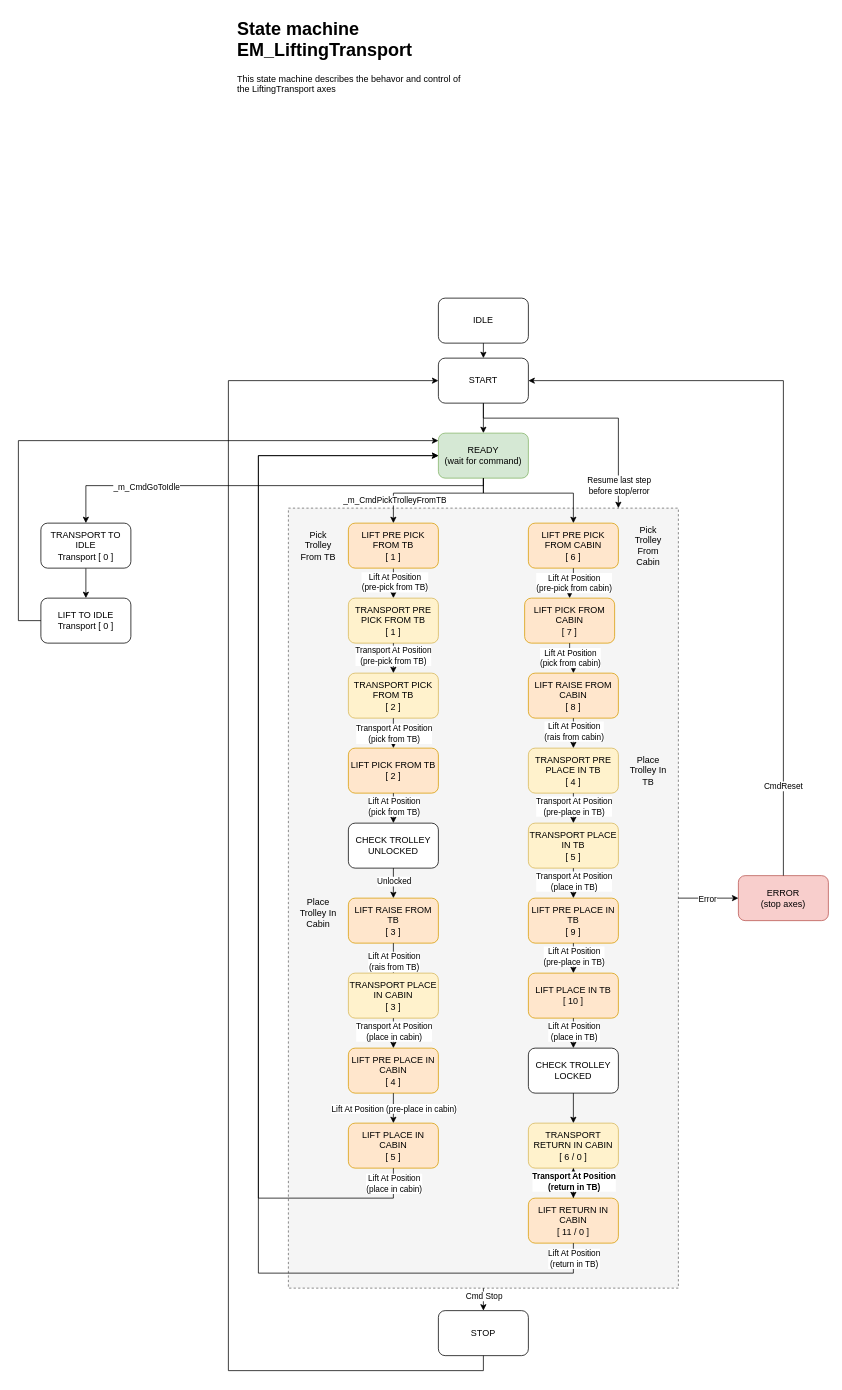
Above: page "EM_LiftingTransport" (8 of 10) of Documentation/StateMachine and Sequence Diagrams.drawio in KMWE/KMWE_CleanroomConnect (draw.io), before the change. Source tidied: cells renumbered, new cells numbered last; positions are measured from the earlier drawing's top-left corner, leaving out a move shared by most shapes. Both pictures are drawn from the tidied source at 75%, with x=0, y=0 at pixel (18, 13).
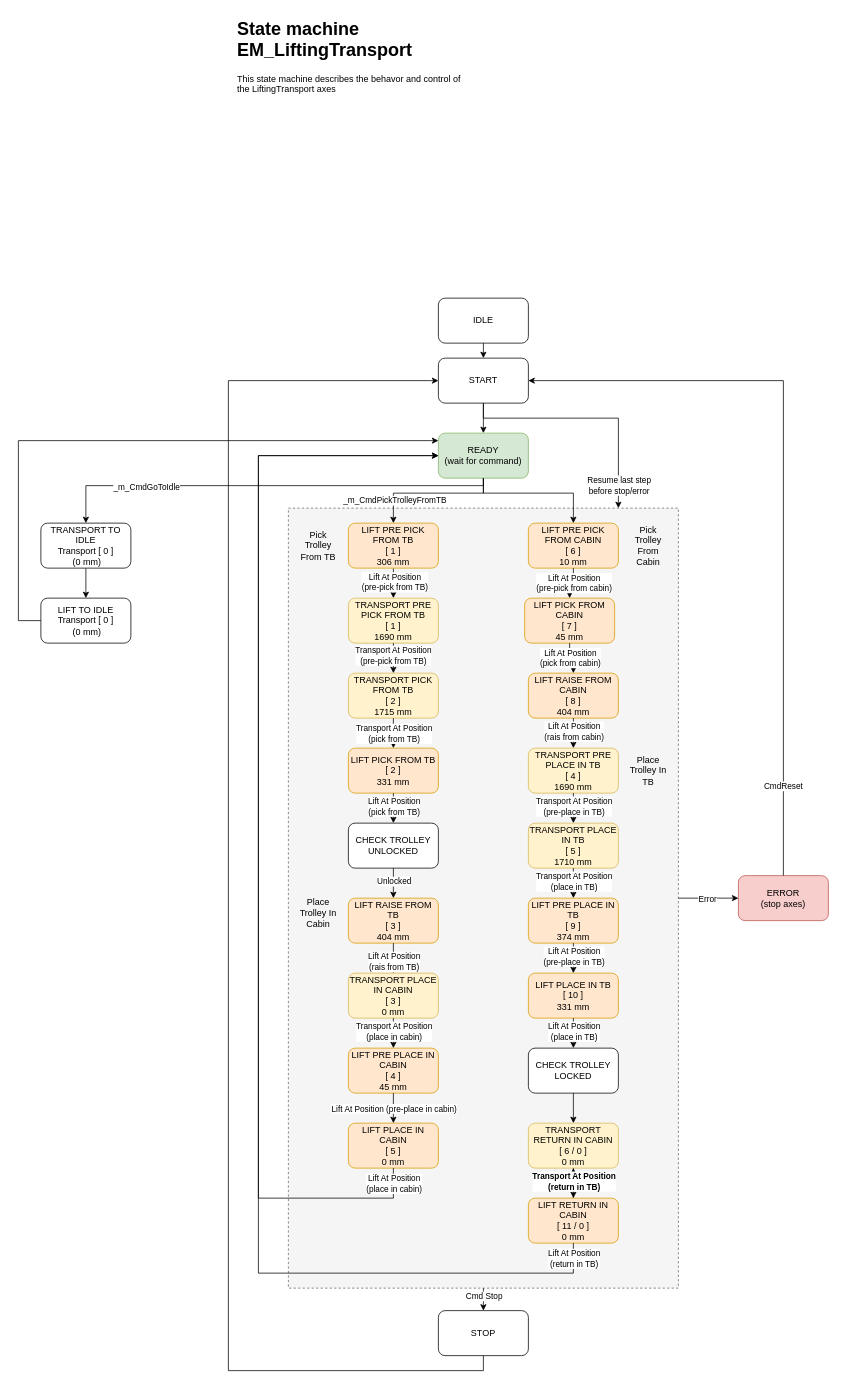
The same page after the edit.

Commit message (it also covers changes not shown here):
PLC optimized code usage for Lifting Transport sequence and activate basic interlocks

Diff of the diagram source:
```diff
@@
-    <mxCell id="14" value="TRANSPORT TO IDLE&lt;div&gt;&lt;span style=&quot;background-color: initial;&quot;&gt;Transport [ 0 ]&lt;/span&gt;&lt;br&gt;&lt;/div&gt;" style="rounded=1;whiteSpace=wrap;html=1;" parent="1" vertex="1">
+    <mxCell id="14" value="TRANSPORT TO IDLE&lt;div&gt;&lt;span style=&quot;background-color: initial;&quot;&gt;Transport [ 0 ]&lt;/span&gt;&lt;br&gt;&lt;/div&gt;&lt;div&gt;&amp;nbsp;(0 mm)&lt;span style=&quot;background-color: initial;&quot;&gt;&lt;/span&gt;&lt;/div&gt;" style="rounded=1;whiteSpace=wrap;html=1;" parent="1" vertex="1">
       <mxGeometry x="30" y="680" width="120" height="60" as="geometry" />
     </mxCell>
@@
-    <mxCell id="17" value="LIFT PRE PICK FROM TB&lt;div&gt;[ 1 ]&lt;/div&gt;" style="rounded=1;whiteSpace=wrap;html=1;fillColor=#ffe6cc;strokeColor=#d79b00;" parent="1" vertex="1">
+    <mxCell id="17" value="LIFT PRE PICK FROM TB&lt;div&gt;[ 1 ]&lt;/div&gt;&lt;div&gt;306 mm&lt;/div&gt;" style="rounded=1;whiteSpace=wrap;html=1;fillColor=#ffe6cc;strokeColor=#d79b00;" parent="1" vertex="1">
       <mxGeometry x="440" y="680" width="120" height="60" as="geometry" />
     </mxCell>
-    <mxCell id="18" value="TRANSPORT PRE PICK FROM TB&lt;div&gt;[ 1 ]&lt;/div&gt;" style="rounded=1;whiteSpace=wrap;html=1;fillColor=#fff2cc;strokeColor=#d6b656;" parent="1" vertex="1">
+    <mxCell id="18" value="TRANSPORT PRE PICK FROM TB&lt;div&gt;[ 1 ]&lt;/div&gt;&lt;div&gt;1690 mm&lt;/div&gt;" style="rounded=1;whiteSpace=wrap;html=1;fillColor=#fff2cc;strokeColor=#d6b656;" parent="1" vertex="1">
       <mxGeometry x="440" y="780" width="120" height="60" as="geometry" />
     </mxCell>
-    <mxCell id="19" value="TRANSPORT PICK FROM&amp;nbsp;&lt;span style=&quot;background-color: initial;&quot;&gt;TB&lt;/span&gt;&lt;div&gt;&lt;span style=&quot;background-color: initial;&quot;&gt;[ 2 ]&lt;/span&gt;&lt;/div&gt;" style="rounded=1;whiteSpace=wrap;html=1;fillColor=#fff2cc;strokeColor=#d6b656;" parent="1" vertex="1">
+    <mxCell id="19" value="TRANSPORT PICK FROM&amp;nbsp;&lt;span style=&quot;background-color: initial;&quot;&gt;TB&lt;/span&gt;&lt;div&gt;&lt;span style=&quot;background-color: initial;&quot;&gt;[ 2 ]&lt;/span&gt;&lt;/div&gt;&lt;div&gt;&lt;span style=&quot;background-color: initial;&quot;&gt;1715 mm&lt;/span&gt;&lt;/div&gt;" style="rounded=1;whiteSpace=wrap;html=1;fillColor=#fff2cc;strokeColor=#d6b656;" parent="1" vertex="1">
       <mxGeometry x="440" y="880" width="120" height="60" as="geometry" />
     </mxCell>
-    <mxCell id="20" value="LIFT PICK FROM TB&lt;div&gt;[ 2 ]&lt;/div&gt;" style="rounded=1;whiteSpace=wrap;html=1;fillColor=#ffe6cc;strokeColor=#d79b00;" parent="1" vertex="1">
+    <mxCell id="20" value="LIFT PICK FROM TB&lt;div&gt;[ 2 ]&lt;br&gt;331 mm&lt;/div&gt;" style="rounded=1;whiteSpace=wrap;html=1;fillColor=#ffe6cc;strokeColor=#d79b00;" parent="1" vertex="1">
       <mxGeometry x="440" y="980" width="120" height="60" as="geometry" />
     </mxCell>
-    <mxCell id="21" value="LIFT RAISE FROM TB&lt;div&gt;[ 3 ]&lt;/div&gt;" style="rounded=1;whiteSpace=wrap;html=1;fillColor=#ffe6cc;strokeColor=#d79b00;" parent="1" vertex="1">
+    <mxCell id="21" value="LIFT RAISE FROM TB&lt;div&gt;[ 3 ]&lt;br&gt;404 mm&lt;/div&gt;" style="rounded=1;whiteSpace=wrap;html=1;fillColor=#ffe6cc;strokeColor=#d79b00;" parent="1" vertex="1">
       <mxGeometry x="440" y="1180" width="120" height="60" as="geometry" />
     </mxCell>
-    <mxCell id="22" value="TRANSPORT PLACE IN&amp;nbsp;&lt;span style=&quot;background-color: initial;&quot;&gt;CABIN&lt;/span&gt;&lt;div&gt;&lt;span style=&quot;background-color: initial;&quot;&gt;[ 3 ]&lt;/span&gt;&lt;/div&gt;" style="rounded=1;whiteSpace=wrap;html=1;fillColor=#fff2cc;strokeColor=#d6b656;" parent="1" vertex="1">
+    <mxCell id="22" value="TRANSPORT PLACE IN&amp;nbsp;&lt;span style=&quot;background-color: initial;&quot;&gt;CABIN&lt;/span&gt;&lt;div&gt;&lt;span style=&quot;background-color: initial;&quot;&gt;[ 3 ]&lt;/span&gt;&lt;/div&gt;&lt;div&gt;&lt;span style=&quot;background-color: initial;&quot;&gt;0 mm&lt;/span&gt;&lt;/div&gt;" style="rounded=1;whiteSpace=wrap;html=1;fillColor=#fff2cc;strokeColor=#d6b656;" parent="1" vertex="1">
       <mxGeometry x="440" y="1280" width="120" height="60" as="geometry" />
     </mxCell>
-    <mxCell id="23" value="LIFT PRE PLACE IN CABIN&lt;div&gt;[ 4 ]&lt;/div&gt;" style="rounded=1;whiteSpace=wrap;html=1;fillColor=#ffe6cc;strokeColor=#d79b00;" parent="1" vertex="1">
+    <mxCell id="23" value="LIFT PRE PLACE IN CABIN&lt;div&gt;[ 4 ]&lt;br&gt;45 mm&lt;/div&gt;" style="rounded=1;whiteSpace=wrap;html=1;fillColor=#ffe6cc;strokeColor=#d79b00;" parent="1" vertex="1">
       <mxGeometry x="440" y="1380" width="120" height="60" as="geometry" />
     </mxCell>
-    <mxCell id="24" value="LIFT PLACE IN CABIN&lt;div&gt;[ 5 ]&lt;/div&gt;" style="rounded=1;whiteSpace=wrap;html=1;fillColor=#ffe6cc;strokeColor=#d79b00;" parent="1" vertex="1">
+    <mxCell id="24" value="LIFT PLACE IN CABIN&lt;div&gt;[ 5 ]&lt;br&gt;0 mm&lt;/div&gt;" style="rounded=1;whiteSpace=wrap;html=1;fillColor=#ffe6cc;strokeColor=#d79b00;" parent="1" vertex="1">
       <mxGeometry x="440" y="1480" width="120" height="60" as="geometry" />
     </mxCell>
-    <mxCell id="25" value="LIFT PRE PICK FROM CABIN&lt;div&gt;[ 6 ]&lt;/div&gt;" style="rounded=1;whiteSpace=wrap;html=1;fillColor=#ffe6cc;strokeColor=#d79b00;" parent="1" vertex="1">
+    <mxCell id="25" value="LIFT PRE PICK FROM CABIN&lt;div&gt;[ 6 ]&lt;br&gt;10 mm&lt;/div&gt;" style="rounded=1;whiteSpace=wrap;html=1;fillColor=#ffe6cc;strokeColor=#d79b00;" parent="1" vertex="1">
       <mxGeometry x="680" y="680" width="120" height="60" as="geometry" />
     </mxCell>
-    <mxCell id="26" value="LIFT PICK FROM CABIN&lt;div&gt;[ 7 ]&lt;/div&gt;" style="rounded=1;whiteSpace=wrap;html=1;fillColor=#ffe6cc;strokeColor=#d79b00;" parent="1" vertex="1">
+    <mxCell id="26" value="LIFT PICK FROM CABIN&lt;div&gt;[ 7 ]&lt;br&gt;45 mm&lt;/div&gt;" style="rounded=1;whiteSpace=wrap;html=1;fillColor=#ffe6cc;strokeColor=#d79b00;" parent="1" vertex="1">
       <mxGeometry x="675" y="780" width="120" height="60" as="geometry" />
     </mxCell>
-    <mxCell id="27" value="LIFT RAISE&amp;nbsp;&lt;span style=&quot;background-color: initial;&quot;&gt;FROM CABIN&lt;/span&gt;&lt;div&gt;&lt;span style=&quot;background-color: initial;&quot;&gt;[ 8 ]&lt;/span&gt;&lt;/div&gt;" style="rounded=1;whiteSpace=wrap;html=1;fillColor=#ffe6cc;strokeColor=#d79b00;" parent="1" vertex="1">
+    <mxCell id="27" value="LIFT RAISE&amp;nbsp;&lt;span style=&quot;background-color: initial;&quot;&gt;FROM CABIN&lt;/span&gt;&lt;div&gt;&lt;span style=&quot;background-color: initial;&quot;&gt;[ 8 ]&lt;br&gt;404 mm&lt;/span&gt;&lt;/div&gt;" style="rounded=1;whiteSpace=wrap;html=1;fillColor=#ffe6cc;strokeColor=#d79b00;" parent="1" vertex="1">
       <mxGeometry x="680" y="880" width="120" height="60" as="geometry" />
     </mxCell>
-    <mxCell id="28" value="TRANSPORT PRE PLACE&lt;span style=&quot;background-color: initial;&quot;&gt;&amp;nbsp;IN TB&lt;/span&gt;&lt;div&gt;&lt;span style=&quot;background-color: initial;&quot;&gt;[ 4 ]&lt;/span&gt;&lt;/div&gt;" style="rounded=1;whiteSpace=wrap;html=1;fillColor=#fff2cc;strokeColor=#d6b656;" parent="1" vertex="1">
+    <mxCell id="28" value="TRANSPORT PRE PLACE&lt;span style=&quot;background-color: initial;&quot;&gt;&amp;nbsp;IN TB&lt;/span&gt;&lt;div&gt;&lt;span style=&quot;background-color: initial;&quot;&gt;[ 4 ]&lt;/span&gt;&lt;/div&gt;&lt;div&gt;&lt;span style=&quot;background-color: initial;&quot;&gt;1690 mm&lt;/span&gt;&lt;/div&gt;" style="rounded=1;whiteSpace=wrap;html=1;fillColor=#fff2cc;strokeColor=#d6b656;" parent="1" vertex="1">
       <mxGeometry x="680" y="980" width="120" height="60" as="geometry" />
     </mxCell>
-    <mxCell id="29" value="TRANSPORT PLACE IN TB&lt;div&gt;[ 5 ]&lt;/div&gt;" style="rounded=1;whiteSpace=wrap;html=1;fillColor=#fff2cc;strokeColor=#d6b656;" parent="1" vertex="1">
+    <mxCell id="29" value="TRANSPORT PLACE IN TB&lt;div&gt;[ 5 ]&lt;/div&gt;&lt;div&gt;1710 mm&lt;/div&gt;" style="rounded=1;whiteSpace=wrap;html=1;fillColor=#fff2cc;strokeColor=#d6b656;" parent="1" vertex="1">
       <mxGeometry x="680" y="1080" width="120" height="60" as="geometry" />
     </mxCell>
-    <mxCell id="30" value="LIFT PRE PLACE IN TB&lt;div&gt;[ 9 ]&lt;/div&gt;" style="rounded=1;whiteSpace=wrap;html=1;fillColor=#ffe6cc;strokeColor=#d79b00;" parent="1" vertex="1">
+    <mxCell id="30" value="LIFT PRE PLACE IN TB&lt;div&gt;[ 9 ]&lt;br&gt;374 mm&lt;/div&gt;" style="rounded=1;whiteSpace=wrap;html=1;fillColor=#ffe6cc;strokeColor=#d79b00;" parent="1" vertex="1">
       <mxGeometry x="680" y="1180" width="120" height="60" as="geometry" />
     </mxCell>
-    <mxCell id="31" value="LIFT PLACE IN TB&lt;div&gt;[ 10 ]&lt;/div&gt;" style="rounded=1;whiteSpace=wrap;html=1;fillColor=#ffe6cc;strokeColor=#d79b00;" parent="1" vertex="1">
+    <mxCell id="31" value="LIFT PLACE IN TB&lt;div&gt;[ 10 ]&lt;/div&gt;&lt;div&gt;331 mm&lt;/div&gt;" style="rounded=1;whiteSpace=wrap;html=1;fillColor=#ffe6cc;strokeColor=#d79b00;" parent="1" vertex="1">
       <mxGeometry x="680" y="1280" width="120" height="60" as="geometry" />
     </mxCell>
@@
-    <mxCell id="67" value="TRANSPORT RETURN IN&amp;nbsp;&lt;span style=&quot;background-color: initial;&quot;&gt;CABIN&lt;/span&gt;&lt;div&gt;&lt;span style=&quot;background-color: initial;&quot;&gt;[ 6 / 0 ]&lt;/span&gt;&lt;/div&gt;" style="rounded=1;whiteSpace=wrap;html=1;fillColor=#fff2cc;strokeColor=#d6b656;" parent="1" vertex="1">
+    <mxCell id="67" value="TRANSPORT RETURN IN&amp;nbsp;&lt;span style=&quot;background-color: initial;&quot;&gt;CABIN&lt;/span&gt;&lt;div&gt;&lt;span style=&quot;background-color: initial;&quot;&gt;[ 6 / 0 ]&lt;/span&gt;&lt;/div&gt;&lt;div&gt;&lt;span style=&quot;background-color: initial;&quot;&gt;0 mm&lt;/span&gt;&lt;/div&gt;" style="rounded=1;whiteSpace=wrap;html=1;fillColor=#fff2cc;strokeColor=#d6b656;" parent="1" vertex="1">
       <mxGeometry x="680" y="1480" width="120" height="60" as="geometry" />
     </mxCell>
@@
-    <mxCell id="69" value="LIFT RETURN IN CABIN&lt;div&gt;[ 11 / 0 ]&lt;/div&gt;" style="rounded=1;whiteSpace=wrap;html=1;fillColor=#ffe6cc;strokeColor=#d79b00;" parent="1" vertex="1">
+    <mxCell id="69" value="LIFT RETURN IN CABIN&lt;div&gt;[ 11 / 0 ]&lt;br&gt;0 mm&lt;/div&gt;" style="rounded=1;whiteSpace=wrap;html=1;fillColor=#ffe6cc;strokeColor=#d79b00;" parent="1" vertex="1">
       <mxGeometry x="680" y="1580" width="120" height="60" as="geometry" />
     </mxCell>
@@
-    <mxCell id="77" value="LIFT TO IDLE&lt;div&gt;&lt;span style=&quot;background-color: initial;&quot;&gt;Transport [ 0 ]&lt;/span&gt;&lt;br&gt;&lt;/div&gt;" style="rounded=1;whiteSpace=wrap;html=1;" parent="1" vertex="1">
+    <mxCell id="77" value="LIFT TO IDLE&lt;div&gt;&lt;span style=&quot;background-color: initial;&quot;&gt;Transport [ 0 ]&lt;/span&gt;&lt;br&gt;&lt;/div&gt;&lt;div&gt;&amp;nbsp;(0 mm)&lt;span style=&quot;background-color: initial;&quot;&gt;&lt;/span&gt;&lt;/div&gt;" style="rounded=1;whiteSpace=wrap;html=1;" parent="1" vertex="1">
       <mxGeometry x="30" y="780" width="120" height="60" as="geometry" />
     </mxCell>
```
